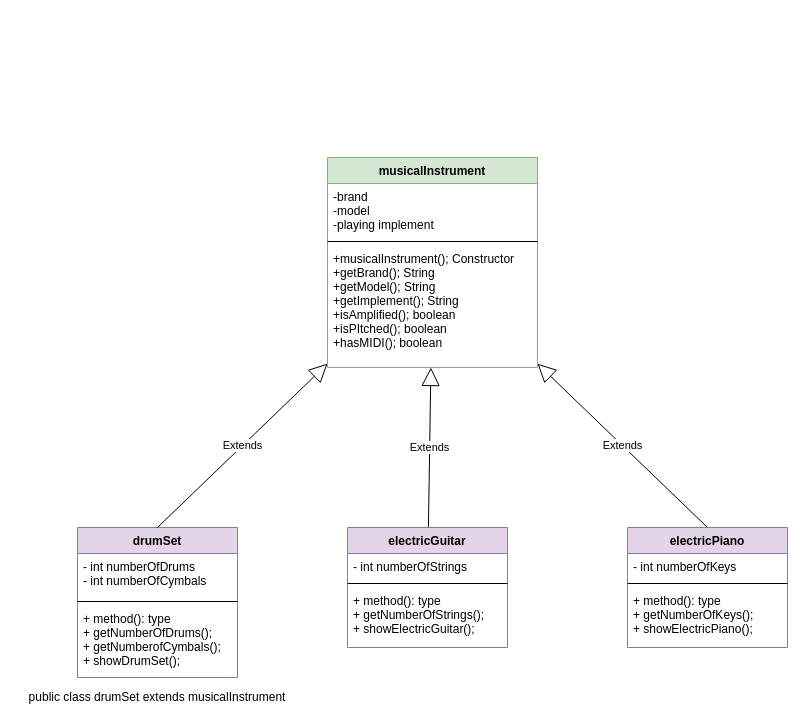
Earlier version of the draw.io diagram musicalInstrument.drawio (tmart61/thing). Source tidied: cells renumbered, new cells numbered last; positions are measured from the earlier drawing's top-left corner, leaving out a move shared by most shapes. Both pictures are drawn from the tidied source at 100%, with x=0, y=0 at pixel (17, 157).
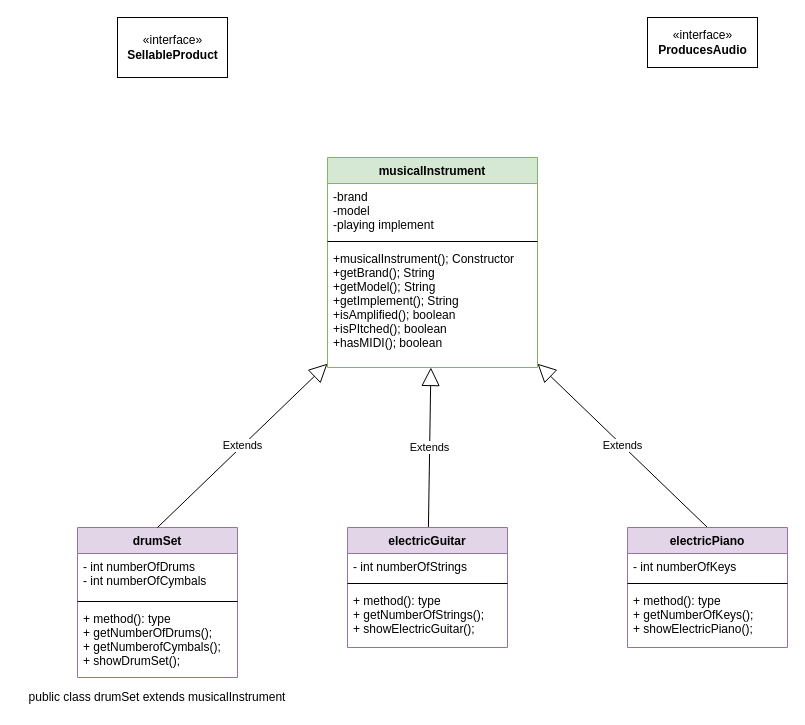
Above is the later version.

Diff of the diagram source:
```diff
@@
+    <mxCell id="22" value="«interface»&lt;br&gt;&lt;b&gt;SellableProduct&lt;/b&gt;" style="html=1;" parent="1" vertex="1">
+      <mxGeometry x="100" y="-140" width="110" height="60" as="geometry" />
+    </mxCell>
+    <mxCell id="23" value="«interface»&lt;br&gt;&lt;b&gt;ProducesAudio&lt;/b&gt;" style="html=1;" parent="1" vertex="1">
+      <mxGeometry x="630" y="-140" width="110" height="50" as="geometry" />
+    </mxCell>
```
